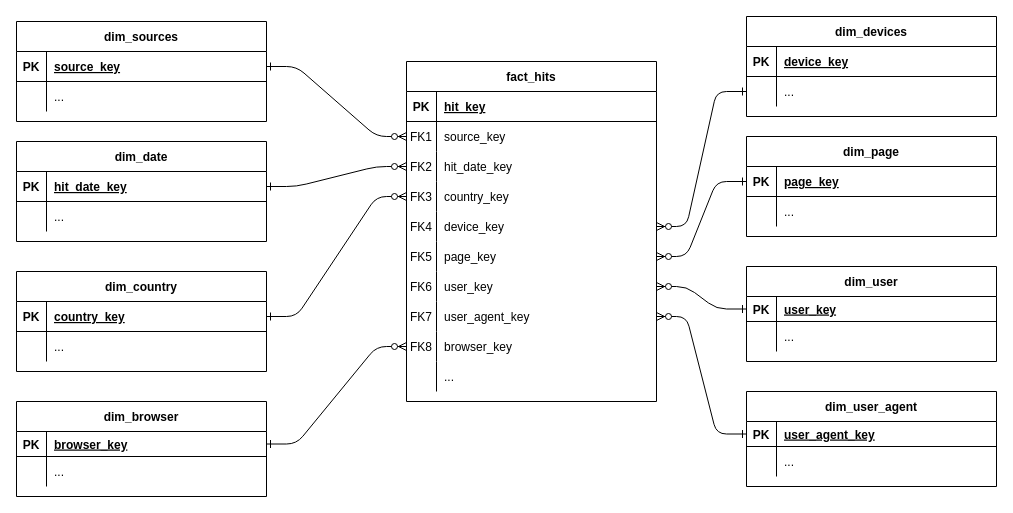
The draw.io diagram _assignment/FedEx - Data model - DWH.drawio in vijay-palanisamy-1986/FedEx, before the edit. Source tidied: cells renumbered, new cells numbered last; positions are measured from the earlier drawing's top-left corner, leaving out a move shared by most shapes. Both pictures are drawn from the tidied source at 100%, with x=0, y=0 at pixel (16, 16).
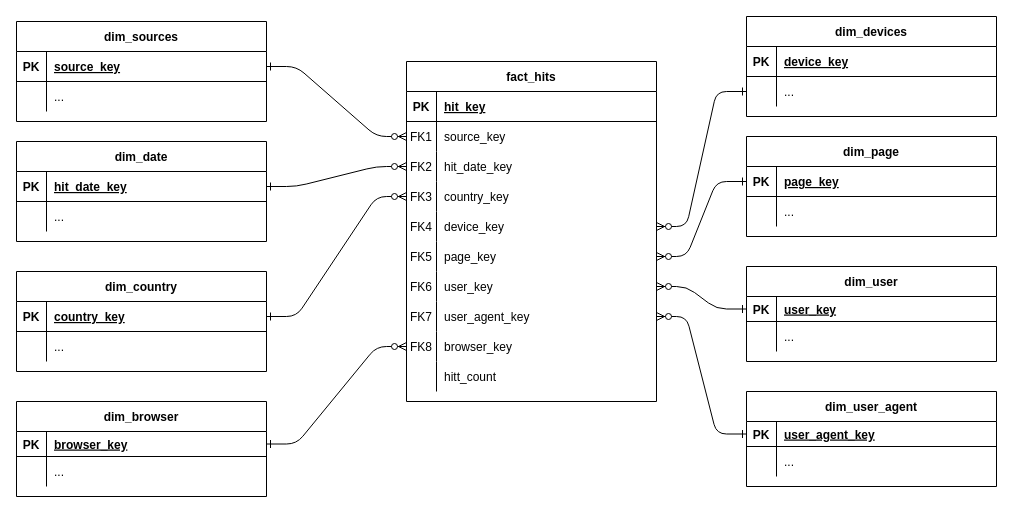
The same diagram, later.

The change refers to these unchanged cells:
```xml
<mxCell id="32" style="shape=partialRectangle;fillColor=none;top=0;left=0;right=0;bottom=0;" parent="4" vertex="1">
  <mxGeometry y="300" width="250" height="30" as="geometry" />
</mxCell>
```

Change to the diagram source:
```diff
@@
-    <mxCell id="34" value="..." style="shape=partialRectangle;overflow=hidden;fillColor=none;top=0;left=0;bottom=0;right=0;align=left;spacingLeft=6;" parent="32" vertex="1">
+    <mxCell id="34" value="hitt_count" style="shape=partialRectangle;overflow=hidden;fillColor=none;top=0;left=0;bottom=0;right=0;align=left;spacingLeft=6;" parent="32" vertex="1">
       <mxGeometry x="30" width="220" height="30" as="geometry" />
     </mxCell>
```
